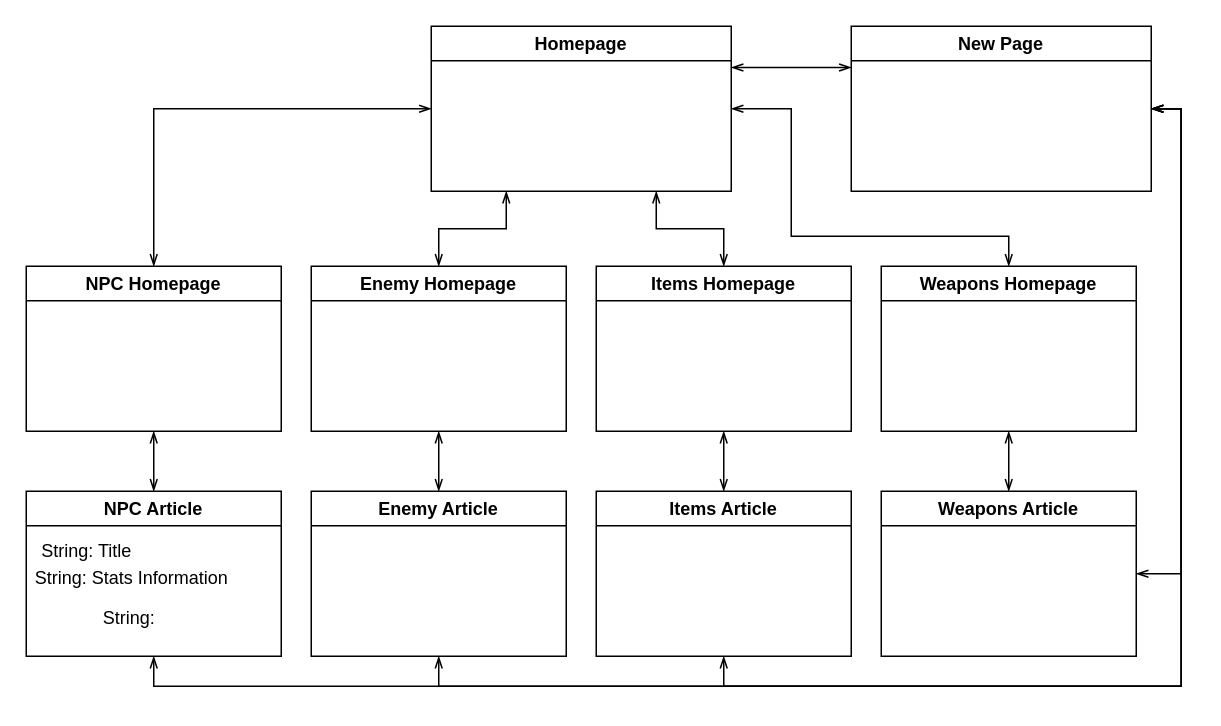
jmporter1998/Senior_Project keeps this draw.io diagram as Untitled Diagram.drawio. Above is the earlier version. Source tidied: cells renumbered, new cells numbered last; positions are measured from the earlier drawing's top-left corner, leaving out a move shared by most shapes. Both pictures are drawn from the tidied source at 150%, with x=0, y=0 at pixel (26, 26).
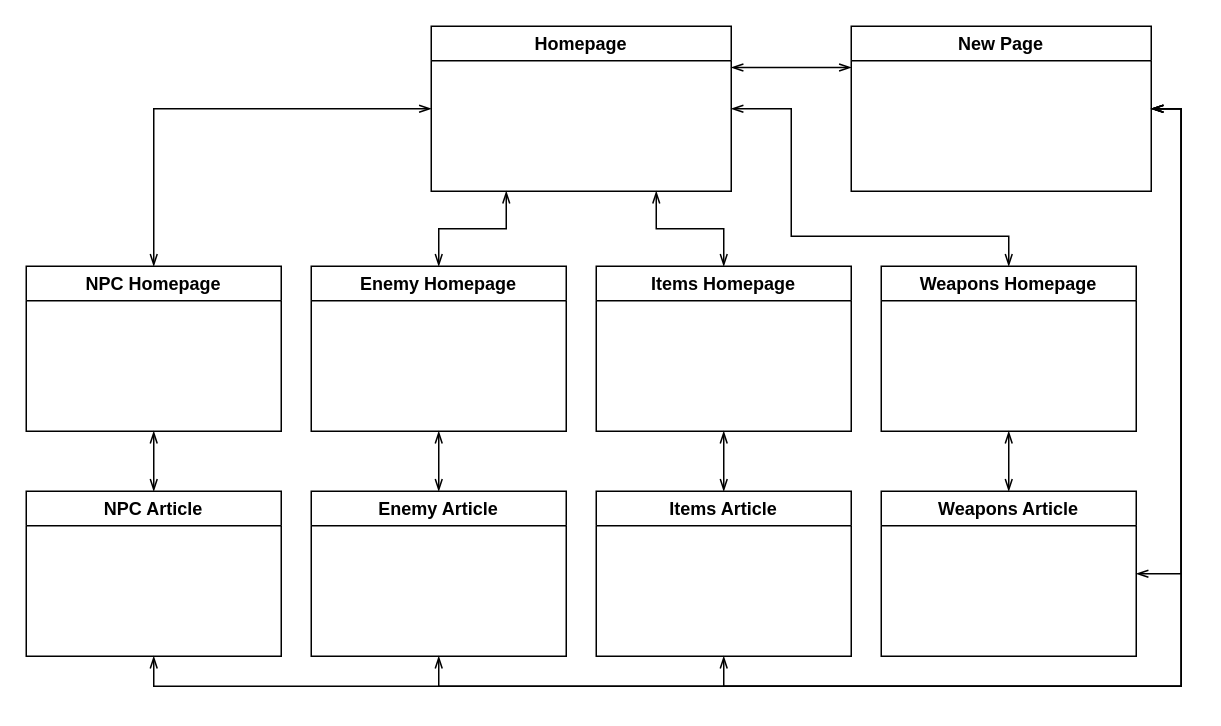
After the change.

Unchanged cells that the change refers to:
```xml
<mxCell id="14" value="NPC Article" style="swimlane;" parent="1" vertex="1">
  <mxGeometry y="310" width="170" height="110" as="geometry" />
</mxCell>
```

Change to the diagram source:
```diff
@@
-    <mxCell id="15" value="String: Title" style="text;html=1;align=center;verticalAlign=middle;strokeColor=none;fillColor=none;" parent="14" vertex="1">
-      <mxGeometry y="30" width="80" height="20" as="geometry" />
-    </mxCell>
-    <mxCell id="16" value="String:&amp;nbsp;&lt;span&gt;Stats Information&lt;br&gt;&lt;br&gt;&lt;/span&gt;" style="text;html=1;align=center;verticalAlign=middle;strokeColor=none;fillColor=none;" parent="14" vertex="1">
-      <mxGeometry y="50" width="140" height="30" as="geometry" />
-    </mxCell>
-    <mxCell id="17" value="String:&amp;nbsp;&lt;span&gt;&lt;br&gt;&lt;/span&gt;" style="text;html=1;align=center;verticalAlign=middle;strokeColor=none;fillColor=none;" parent="14" vertex="1">
-      <mxGeometry x="45" y="75" width="50" height="20" as="geometry" />
-    </mxCell>
```
